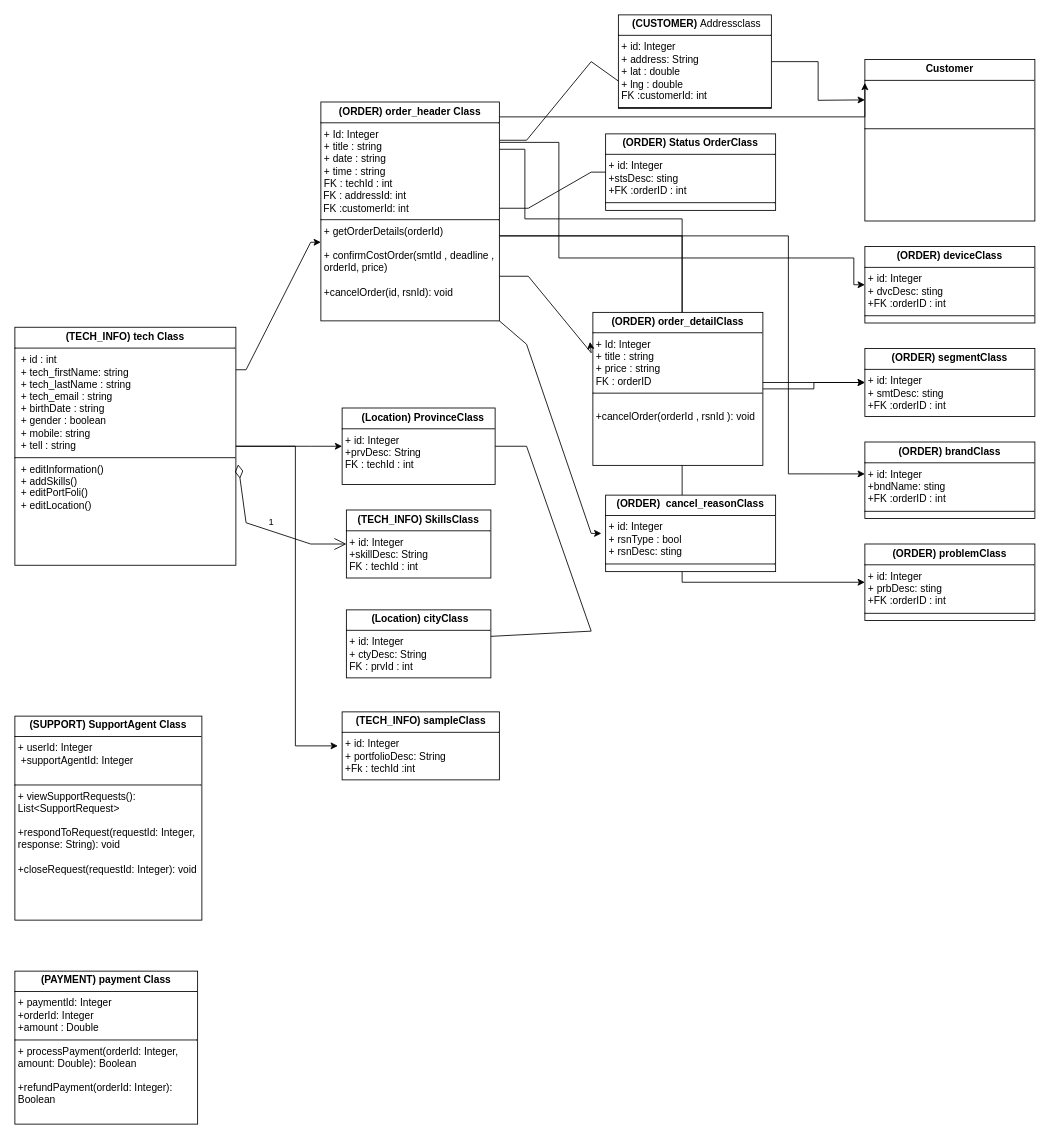
Above: tech.drawio in reyhanehSP/pwaTech (draw.io), before the change. Source tidied: cells renumbered, new cells numbered last; positions are measured from the earlier drawing's top-left corner, leaving out a move shared by most shapes. Both pictures are drawn from the tidied source at 85%, with x=0, y=0 at pixel (14, 14).
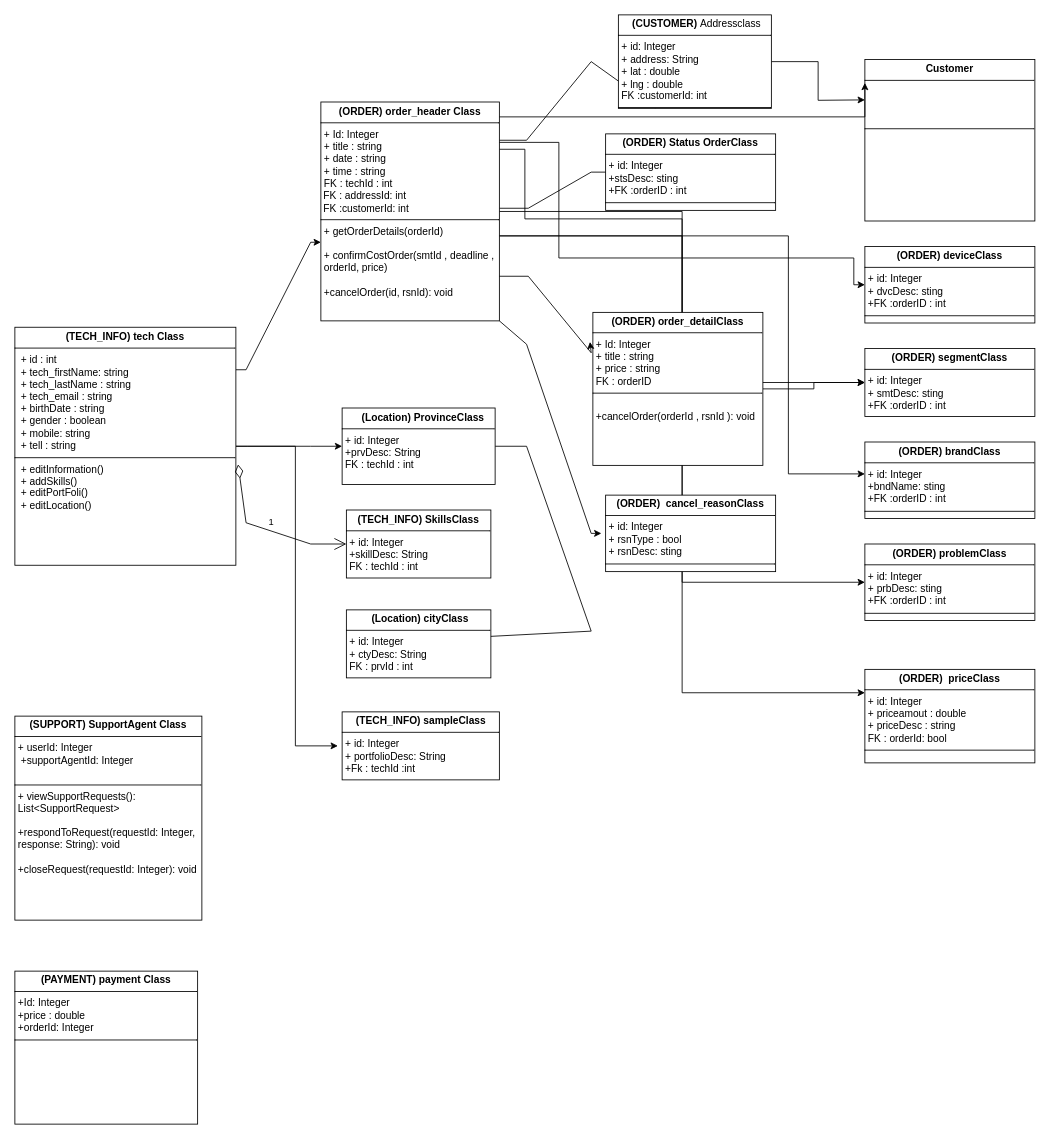
The same diagram, later.

The change refers to these unchanged cells:
```xml
<mxCell id="11" value="&lt;p style=&quot;margin:0px;margin-top:4px;text-align:center;&quot;&gt;&lt;b&gt;(ORDER)&amp;nbsp;&lt;/b&gt;&lt;b style=&quot;background-color: initial;&quot;&gt;order_header Class&lt;/b&gt;&lt;/p&gt;&lt;hr size=&quot;1&quot; style=&quot;border-style:solid;&quot;&gt;&lt;p style=&quot;margin:0px;margin-left:4px;&quot;&gt;+ Id: Integer&lt;/p&gt;&lt;p style=&quot;margin:0px;margin-left:4px;&quot;&gt;+ title : string&lt;/p&gt;&lt;p style=&quot;margin:0px;margin-left:4px;&quot;&gt;+ date : string&lt;br&gt;+ time : string&lt;br&gt;&lt;/p&gt;&lt;p style=&quot;margin:0px;margin-left:4px;&quot;&gt;&lt;span style=&quot;background-color: initial;&quot;&gt;FK : techId : int&lt;/span&gt;&lt;/p&gt;&amp;nbsp;FK : addressId: int&lt;div&gt;&amp;nbsp;FK :customerId: int&lt;br&gt;&lt;hr size=&quot;1&quot; style=&quot;border-style:solid;&quot;&gt;&lt;p style=&quot;margin:0px;margin-left:4px;&quot;&gt;+ getOrderDetails(orderId)&lt;/p&gt;&lt;p style=&quot;margin:0px;margin-left:4px;&quot;&gt;&lt;br&gt;+ confirmCostOrder(smtId , deadline , orderId, price)&lt;/p&gt;&lt;p style=&quot;margin:0px;margin-left:4px;&quot;&gt;&lt;br&gt;&lt;/p&gt;&lt;p style=&quot;margin:0px;margin-left:4px;&quot;&gt;+cancelOrder(id, rsnId): void&lt;/p&gt;&lt;p style=&quot;margin:0px;margin-left:4px;&quot;&gt;&lt;br&gt;&lt;br&gt;&lt;/p&gt;&lt;/div&gt;" style="verticalAlign=top;align=left;overflow=fill;html=1;whiteSpace=wrap;" parent="1" vertex="1">
  <mxGeometry x="360" y="102.5" width="210" height="257.5" as="geometry" />
</mxCell>
```

Change to the diagram source:
```diff
@@
+    <mxCell id="36" style="edgeStyle=orthogonalEdgeStyle;rounded=0;jettySize=auto;html=1;entryX=0;entryY=0.25;entryDx=0;entryDy=0;" parent="1" edge="1" source="11" target="37">
+      <mxGeometry relative="1" as="geometry" />
+    </mxCell>
@@
-    <mxCell id="14" value="&lt;p style=&quot;margin:0px;margin-top:4px;text-align:center;&quot;&gt;&lt;b&gt;(PAYMENT) payment Class&lt;/b&gt;&lt;br&gt;&lt;/p&gt;&lt;hr size=&quot;1&quot; style=&quot;border-style:solid;&quot;&gt;&lt;p style=&quot;margin:0px;margin-left:4px;&quot;&gt;+ paymentId: Integer&lt;/p&gt;&lt;p style=&quot;margin:0px;margin-left:4px;&quot;&gt;+orderId:&amp;nbsp;&lt;span style=&quot;background-color: initial;&quot;&gt;Integer&lt;/span&gt;&lt;/p&gt;&lt;p style=&quot;margin:0px;margin-left:4px;&quot;&gt;+amount :&amp;nbsp;Double&lt;/p&gt;&lt;hr size=&quot;1&quot; style=&quot;border-style:solid;&quot;&gt;&lt;p style=&quot;margin:0px;margin-left:4px;&quot;&gt;+ processPayment(orderId: Integer, amount: Double): Boolean&lt;br&gt;&lt;br&gt;+refundPayment(orderId: Integer): Boolean&lt;br&gt;&lt;br&gt;&lt;br&gt;&lt;/p&gt;" style="verticalAlign=top;align=left;overflow=fill;html=1;whiteSpace=wrap;" parent="1" vertex="1">
+    <mxCell id="14" value="&lt;p style=&quot;margin:0px;margin-top:4px;text-align:center;&quot;&gt;&lt;b&gt;(PAYMENT) payment Class&lt;/b&gt;&lt;br&gt;&lt;/p&gt;&lt;hr size=&quot;1&quot; style=&quot;border-style:solid;&quot;&gt;&lt;p style=&quot;margin:0px;margin-left:4px;&quot;&gt;+Id: Integer&lt;/p&gt;&lt;p style=&quot;margin:0px;margin-left:4px;&quot;&gt;+price : double&lt;/p&gt;&lt;p style=&quot;margin:0px;margin-left:4px;&quot;&gt;+orderId:&amp;nbsp;&lt;span style=&quot;background-color: initial;&quot;&gt;Integer&lt;/span&gt;&lt;/p&gt;&lt;hr size=&quot;1&quot; style=&quot;border-style:solid;&quot;&gt;&lt;p style=&quot;margin:0px;margin-left:4px;&quot;&gt;&lt;br&gt;&lt;br&gt;&lt;br&gt;&lt;/p&gt;" style="verticalAlign=top;align=left;overflow=fill;html=1;whiteSpace=wrap;" parent="1" vertex="1">
       <mxGeometry y="1125" width="215" height="180" as="geometry" />
     </mxCell>
@@
+    <mxCell id="37" value="&lt;p style=&quot;margin:0px;margin-top:4px;text-align:center;&quot;&gt;&lt;b&gt;(&lt;/b&gt;&lt;b&gt;ORDER&lt;/b&gt;&lt;span style=&quot;background-color: initial;&quot;&gt;&lt;b&gt;)&amp;nbsp; priceClass&lt;/b&gt;&lt;/span&gt;&lt;/p&gt;&lt;hr size=&quot;1&quot; style=&quot;border-style:solid;&quot;&gt;&lt;p style=&quot;margin:0px;margin-left:4px;&quot;&gt;+ id: Integer&lt;br&gt;+ priceamout : double&lt;br&gt;+ priceDesc : string&lt;/p&gt;&lt;p style=&quot;margin:0px;margin-left:4px;&quot;&gt;FK : orderId: bool&lt;/p&gt;&lt;hr size=&quot;1&quot; style=&quot;border-style:solid;&quot;&gt;&lt;p style=&quot;margin:0px;margin-left:4px;&quot;&gt;&lt;br&gt;&lt;br&gt;&lt;br&gt;&lt;/p&gt;" style="verticalAlign=top;align=left;overflow=fill;html=1;whiteSpace=wrap;" parent="1" vertex="1">
+      <mxGeometry x="1000" y="770" width="200" height="110" as="geometry" />
+    </mxCell>
```
